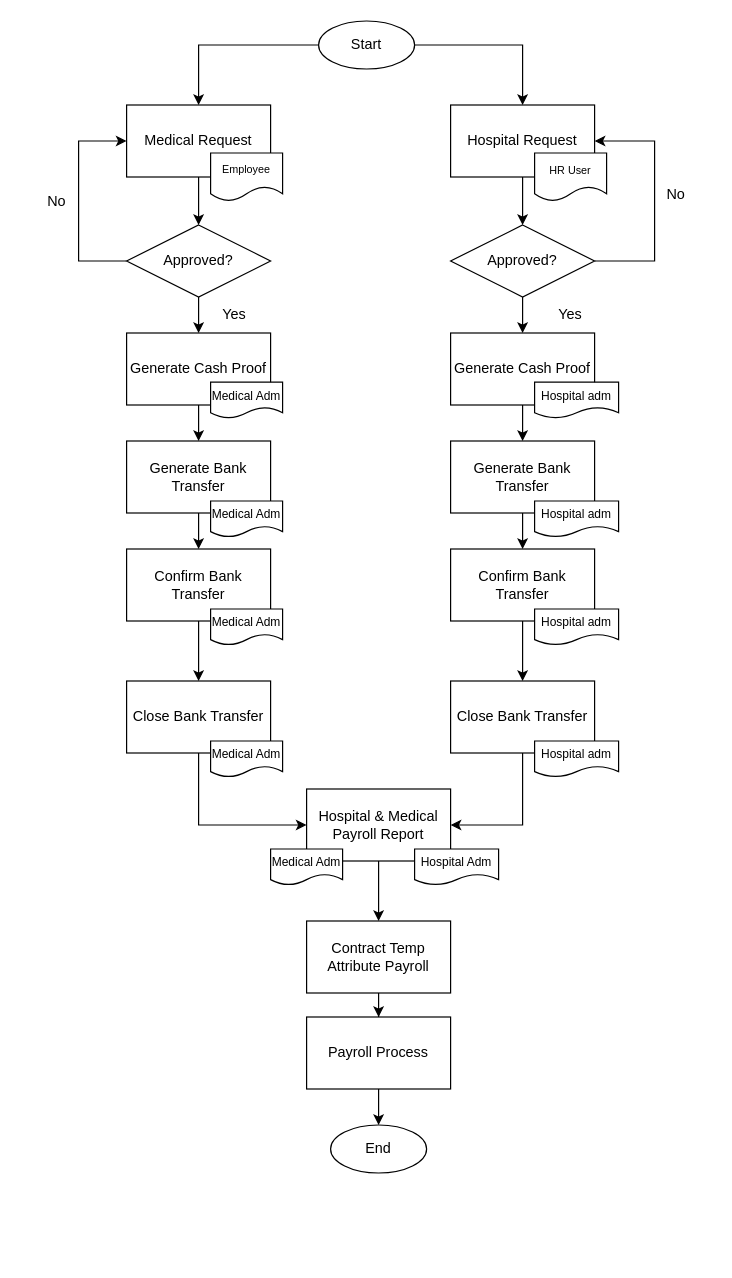
jezreelkosasih/diagram keeps this draw.io diagram as med&hos.drawio. Above is the earlier version. Source tidied: cells renumbered, new cells numbered last; positions are measured from the earlier drawing's top-left corner, leaving out a move shared by most shapes. Both pictures are drawn from the tidied source at 120%, with x=0, y=0 at pixel (20, 20).
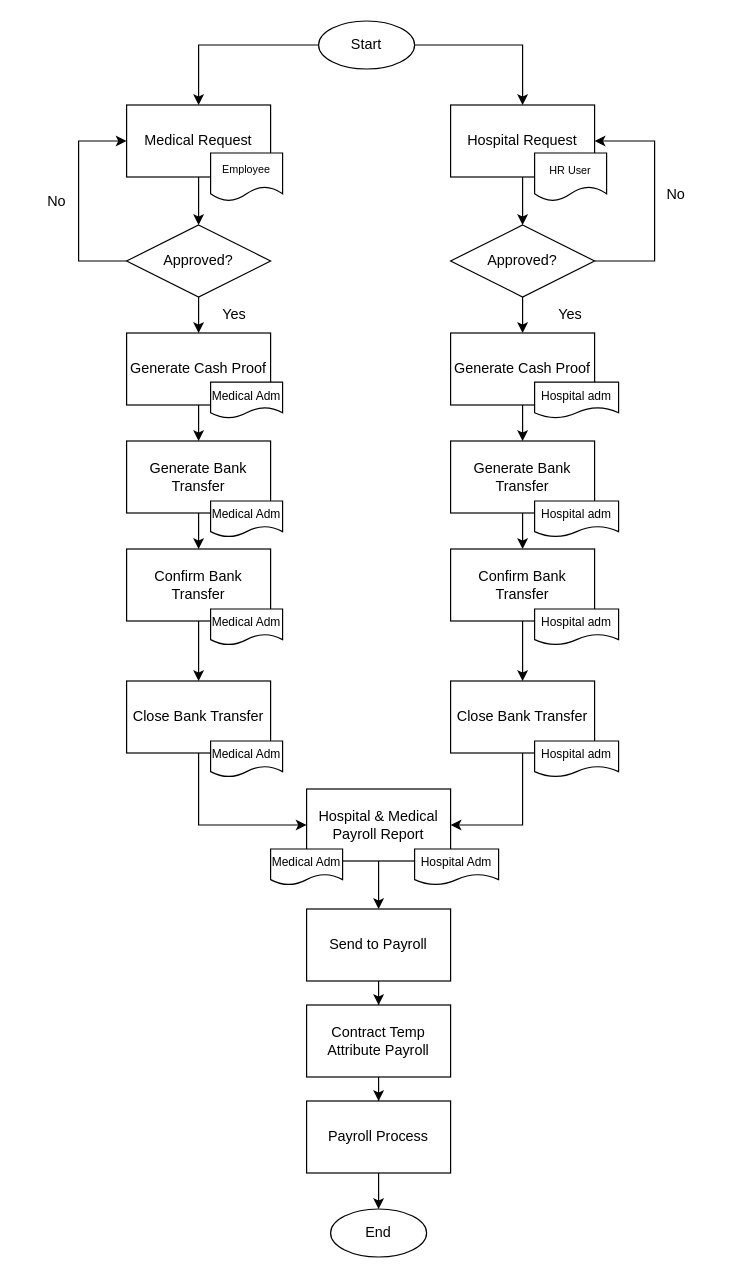
The same diagram, later.

The change refers to these unchanged cells:
```xml
<mxCell id="21" value="Hospital &amp;amp; Medical Payroll Report" style="whiteSpace=wrap;html=1;rounded=0;" parent="1" vertex="1">
  <mxGeometry x="238" y="640" width="120" height="60" as="geometry" />
</mxCell>
```

Diff of the diagram source:
```diff
@@
-    <mxCell id="20" style="edgeStyle=orthogonalEdgeStyle;rounded=0;jettySize=auto;html=1;" parent="1" edge="1" source="21" target="40">
-      <mxGeometry relative="1" as="geometry" />
-    </mxCell>
+    <mxCell id="54" style="edgeStyle=orthogonalEdgeStyle;rounded=0;jettySize=auto;html=1;entryX=0.5;entryY=0;entryDx=0;entryDy=0;" parent="1" edge="1" source="21" target="56">
+      <mxGeometry relative="1" as="geometry" />
+    </mxCell>
@@
     <mxCell id="40" value="Contract Temp Attribute Payroll" style="whiteSpace=wrap;html=1;rounded=0;" parent="1" vertex="1">
-      <mxGeometry x="238" y="750" width="120" height="60" as="geometry" />
+      <mxGeometry x="238" y="820" width="120" height="60" as="geometry" />
     </mxCell>
@@
     <mxCell id="42" value="Payroll Process" style="whiteSpace=wrap;html=1;rounded=0;" parent="1" vertex="1">
-      <mxGeometry x="238" y="830" width="120" height="60" as="geometry" />
+      <mxGeometry x="238" y="900" width="120" height="60" as="geometry" />
     </mxCell>
     <mxCell id="43" value="End" style="ellipse;whiteSpace=wrap;html=1;" parent="1" vertex="1">
-      <mxGeometry x="258" y="920" width="80" height="40" as="geometry" />
+      <mxGeometry x="258" y="990" width="80" height="40" as="geometry" />
     </mxCell>
@@
+    <mxCell id="55" style="edgeStyle=orthogonalEdgeStyle;rounded=0;jettySize=auto;html=1;entryX=0.5;entryY=0;entryDx=0;entryDy=0;" parent="1" edge="1" source="56" target="40">
+      <mxGeometry relative="1" as="geometry" />
+    </mxCell>
+    <mxCell id="56" value="Send to Payroll" style="whiteSpace=wrap;html=1;rounded=0;" parent="1" vertex="1">
+      <mxGeometry x="238" y="740" width="120" height="60" as="geometry" />
+    </mxCell>
```
